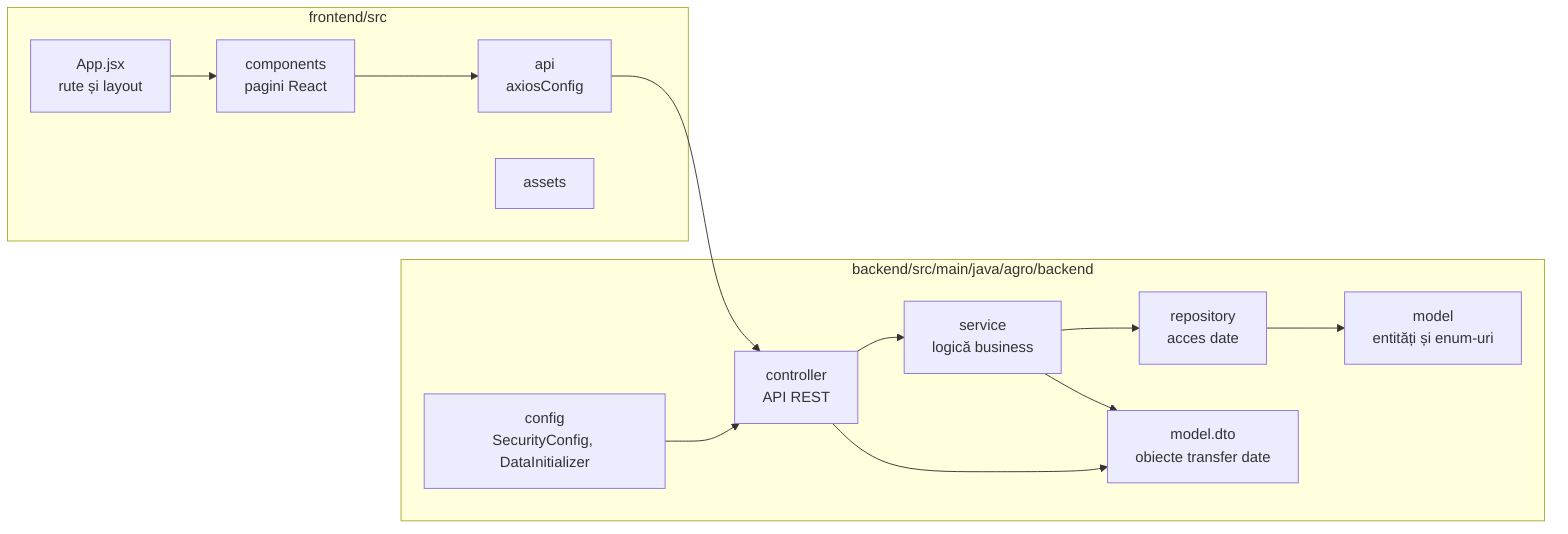
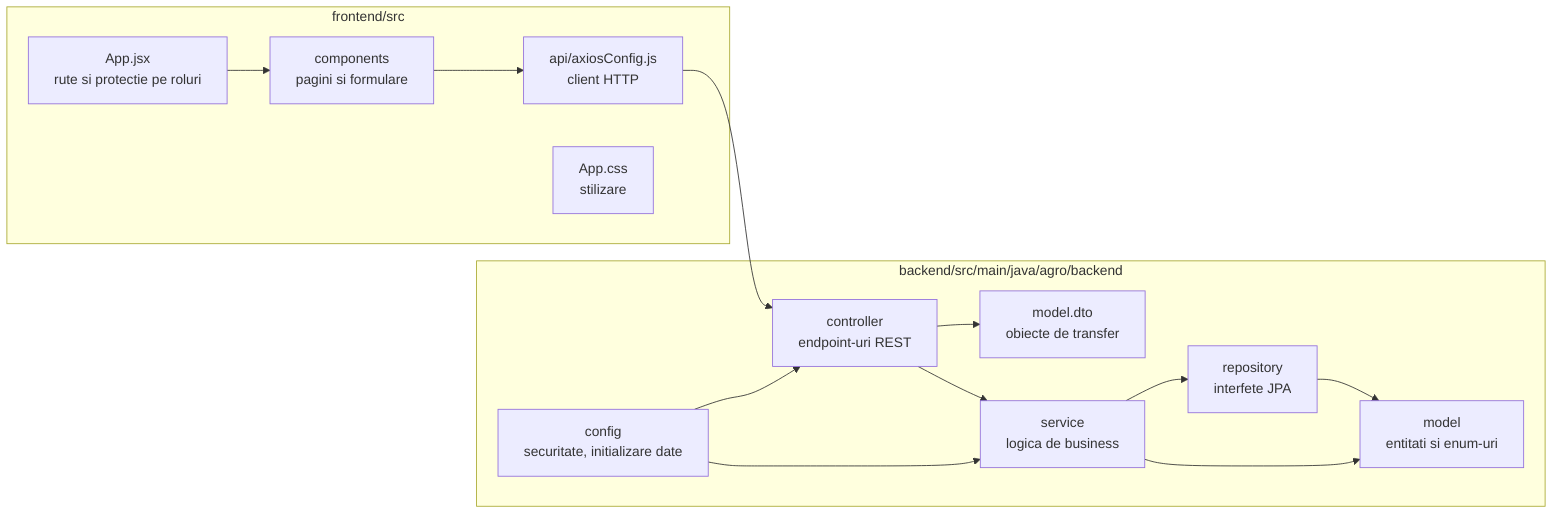
flowchart LR
    subgraph Backend["backend/src/main/java/agro/backend"]
-         Config["config<br/>SecurityConfig, DataInitializer"]
-         Controller["controller<br/>API REST"]
-         Service["service<br/>logică business"]
-         Repository["repository<br/>acces date"]
-         Model["model<br/>entități și enum-uri"]
-         DTO["model.dto<br/>obiecte transfer date"]
+         Config["config<br/>securitate, initializare date"]
+         Controller["controller<br/>endpoint-uri REST"]
+         Service["service<br/>logica de business"]
+         Repository["repository<br/>interfete JPA"]
+         Model["model<br/>entitati si enum-uri"]
+         DTO["model.dto<br/>obiecte de transfer"]
    end

    subgraph Frontend["frontend/src"]
-         App["App.jsx<br/>rute și layout"]
-         Components["components<br/>pagini React"]
-         Api["api<br/>axiosConfig"]
-         Assets["assets"]
+         App["App.jsx<br/>rute si protectie pe roluri"]
+         Components["components<br/>pagini si formulare"]
+         Api["api/axiosConfig.js<br/>client HTTP"]
+         Style["App.css<br/>stilizare"]
    end

    App --> Components
    Components --> Api
    Api --> Controller
+     Controller --> DTO
    Controller --> Service
    Service --> Repository
    Repository --> Model
-     Controller --> DTO
-     Service --> DTO
+     Service --> Model
    Config --> Controller
+     Config --> Service
